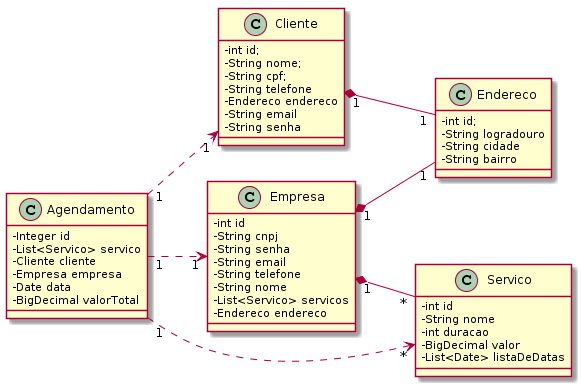
Above: docs/uml/Diagrama-De-Classe-PetShop.png in ifpe-cti/petpalacy (PlantUML), before the change.
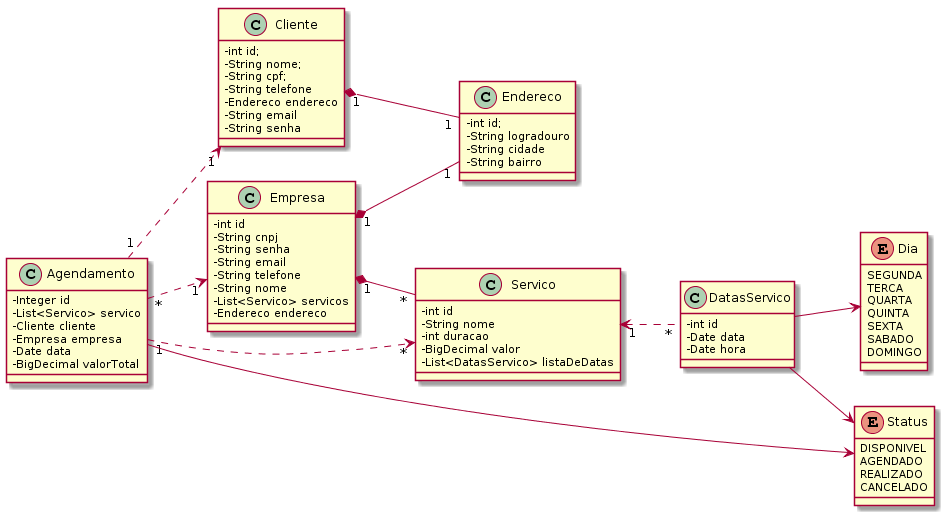
After the commit.

Commit message:
#39 atualização do diagrama

Diff of the diagram source:
```diff
@@ -25,7 +25,27 @@
     -String nome
     -int duracao
     -BigDecimal valor
-    -List<Date> listaDeDatas
+    -List<DatasServico> listaDeDatas
+}
+class DatasServico{
+-int id
+-Date data
+-Date hora
+}
+enum Status{
+    DISPONIVEL
+    AGENDADO
+    REALIZADO
+    CANCELADO
+}
+enum Dia{
+    SEGUNDA
+    TERCA
+    QUARTA
+    QUINTA
+    SEXTA
+    SABADO
+    DOMINGO
 }
 
 class Agendamento {
@@ -51,7 +71,11 @@
 Cliente "1" *-- "1" Endereco
 Empresa "1" *-- "1" Endereco
 Empresa "1" *-- "*" Servico
-Agendamento "1" ..> "1" Empresa
+Agendamento "*" ..> "1" Empresa
 Agendamento "1" ..> "1" Cliente
 Agendamento "1" ..> "*" Servico
+Servico "1" <.. "*" DatasServico
+DatasServico --> Dia
+DatasServico --> Status
+Agendamento --> Status
 @enduml
```
